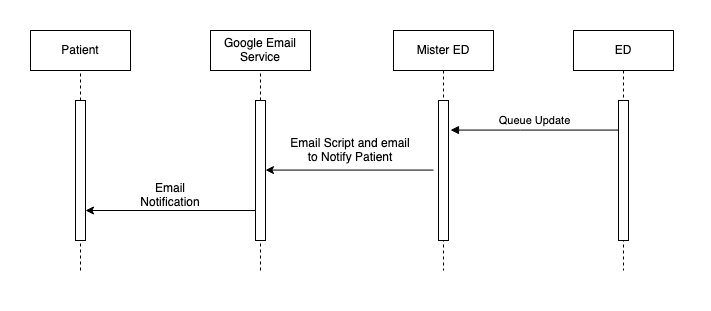
The draw.io diagram Assets/PatientNotificationSequenceDiagram.drawio.png in uvic-teach/project-m1-team9, before a commit. Source tidied: cells renumbered, new cells last; positions are measured from the earlier drawing's top-left corner, leaving out a move shared by most shapes.
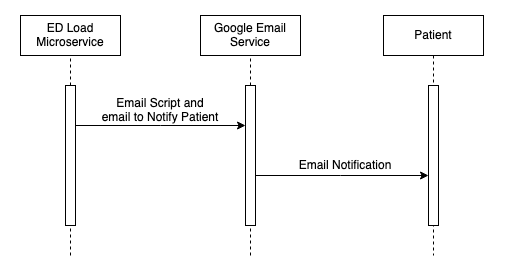
The same diagram one commit later.

Diff of the diagram source:
```diff
@@ -3,29 +3,14 @@
     <mxCell id="0" />
     <mxCell id="1" parent="0" />
     <mxCell id="2" style="rounded=0;whiteSpace=wrap;html=1;strokeColor=none;" parent="1" vertex="1">
-      <mxGeometry width="710" height="310" as="geometry" />
+      <mxGeometry x="10" y="15" width="520" height="275" as="geometry" />
     </mxCell>
-    <mxCell id="3" value="Mister ED" style="shape=umlLifeline;perimeter=lifelinePerimeter;whiteSpace=wrap;html=1;newEdgeStyle={&quot;edgeStyle&quot;:&quot;elbowEdgeStyle&quot;,&quot;elbow&quot;:&quot;vertical&quot;,&quot;curved&quot;:0,&quot;rounded&quot;:0};" parent="1" vertex="1">
+    <mxCell id="3" value="Patient" style="shape=umlLifeline;perimeter=lifelinePerimeter;whiteSpace=wrap;html=1;newEdgeStyle={&quot;edgeStyle&quot;:&quot;elbowEdgeStyle&quot;,&quot;elbow&quot;:&quot;vertical&quot;,&quot;curved&quot;:0,&quot;rounded&quot;:0};" parent="1" vertex="1">
       <mxGeometry x="393" y="30" width="100" height="240" as="geometry" />
     </mxCell>
     <mxCell id="4" style="html=1;points=[];perimeter=orthogonalPerimeter;outlineConnect=0;targetShapes=umlLifeline;portConstraint=eastwest;newEdgeStyle={&quot;edgeStyle&quot;:&quot;elbowEdgeStyle&quot;,&quot;elbow&quot;:&quot;vertical&quot;,&quot;curved&quot;:0,&quot;rounded&quot;:0};" parent="3" vertex="1">
       <mxGeometry x="45" y="70" width="10" height="140" as="geometry" />
     </mxCell>
-    <mxCell id="5" value="ED" style="shape=umlLifeline;perimeter=lifelinePerimeter;whiteSpace=wrap;html=1;newEdgeStyle={&quot;edgeStyle&quot;:&quot;elbowEdgeStyle&quot;,&quot;elbow&quot;:&quot;vertical&quot;,&quot;curved&quot;:0,&quot;rounded&quot;:0};" parent="1" vertex="1">
-      <mxGeometry x="573" y="30" width="100" height="240" as="geometry" />
-    </mxCell>
-    <mxCell id="6" style="html=1;perimeter=orthogonalPerimeter;targetShapes=umlLifeline;newEdgeStyle={&quot;edgeStyle&quot;:&quot;elbowEdgeStyle&quot;,&quot;elbow&quot;:&quot;vertical&quot;,&quot;curved&quot;:0,&quot;rounded&quot;:0};" parent="5" vertex="1">
-      <mxGeometry x="45" y="70" width="10" height="140" as="geometry" />
-    </mxCell>
-    <mxCell id="7" value="Queue Update " style="html=1;verticalAlign=bottom;endArrow=block;edgeStyle=elbowEdgeStyle;elbow=vertical;curved=0;rounded=0;" parent="1" edge="1">
-      <mxGeometry relative="1" as="geometry">
-        <mxPoint x="618" y="129.6" as="sourcePoint" />
-        <mxPoint x="450" y="129.6" as="targetPoint" />
-        <Array as="points">
-          <mxPoint x="520" y="129.6" />
-        </Array>
-      </mxGeometry>
-    </mxCell>
     <mxCell id="8" value="Google Email Service" style="rounded=0;whiteSpace=wrap;html=1;" parent="1" vertex="1">
       <mxGeometry x="210" y="30" width="100" height="40" as="geometry" />
     </mxCell>
@@ -40,16 +25,10 @@
     <mxCell id="11" style="html=1;points=[];perimeter=orthogonalPerimeter;outlineConnect=0;targetShapes=umlLifeline;portConstraint=eastwest;newEdgeStyle={&quot;edgeStyle&quot;:&quot;elbowEdgeStyle&quot;,&quot;elbow&quot;:&quot;vertical&quot;,&quot;curved&quot;:0,&quot;rounded&quot;:0};" parent="1" vertex="1">
       <mxGeometry x="255" y="100" width="10" height="140" as="geometry" />
     </mxCell>
-    <mxCell id="12" style="endArrow=classic;html=1;rounded=0;" parent="1" edge="1">
-      <mxGeometry relative="1" as="geometry">
-        <mxPoint x="433" y="169.6" as="sourcePoint" />
-        <mxPoint x="265" y="169.6" as="targetPoint" />
-      </mxGeometry>
-    </mxCell>
-    <mxCell id="13" value="Email Script and email to Notify Patient" style="text;html=1;strokeColor=none;fillColor=none;align=center;verticalAlign=middle;whiteSpace=wrap;rounded=0;" parent="1" vertex="1">
-      <mxGeometry x="285" y="129.6" width="130" height="40" as="geometry" />
+    <mxCell id="13" value="Email Notification" style="text;html=1;strokeColor=none;fillColor=none;align=center;verticalAlign=middle;whiteSpace=wrap;rounded=0;" parent="1" vertex="1">
+      <mxGeometry x="290" y="160" width="130" height="40" as="geometry" />
     </mxCell>
-    <mxCell id="14" value="Patient" style="rounded=0;whiteSpace=wrap;html=1;" parent="1" vertex="1">
+    <mxCell id="14" value="ED Load Microservice" style="rounded=0;whiteSpace=wrap;html=1;" parent="1" vertex="1">
       <mxGeometry x="30" y="30" width="100" height="40" as="geometry" />
     </mxCell>
     <mxCell id="15" style="endArrow=none;dashed=1;html=1;rounded=0;entryX=0.5;entryY=1;entryDx=0;entryDy=0;" parent="1" edge="1" source="17" target="14">
@@ -63,14 +42,22 @@
     <mxCell id="17" style="html=1;points=[];perimeter=orthogonalPerimeter;outlineConnect=0;targetShapes=umlLifeline;portConstraint=eastwest;newEdgeStyle={&quot;edgeStyle&quot;:&quot;elbowEdgeStyle&quot;,&quot;elbow&quot;:&quot;vertical&quot;,&quot;curved&quot;:0,&quot;rounded&quot;:0};" parent="1" vertex="1">
       <mxGeometry x="75" y="100" width="10" height="140" as="geometry" />
     </mxCell>
-    <mxCell id="18" style="endArrow=classic;html=1;rounded=0;" parent="1" edge="1">
-      <mxGeometry relative="1" as="geometry">
-        <mxPoint x="255" y="210" as="sourcePoint" />
-        <mxPoint x="85" y="210" as="targetPoint" />
-      </mxGeometry>
-    </mxCell>
-    <mxCell id="19" value="Email Notification" style="text;html=1;strokeColor=none;fillColor=none;align=center;verticalAlign=middle;whiteSpace=wrap;rounded=0;" parent="1" vertex="1">
-      <mxGeometry x="130" y="180" width="80" height="30" as="geometry" />
+    <mxCell id="19" value="Email Script and email to Notify Patient" style="text;html=1;strokeColor=none;fillColor=none;align=center;verticalAlign=middle;whiteSpace=wrap;rounded=0;" parent="1" vertex="1">
+      <mxGeometry x="110" y="110" width="120" height="30" as="geometry" />
     </mxCell>
+    <mxCell id="20" style="endArrow=classic;html=1;rounded=0;" parent="1" edge="1" source="17" target="11">
+      <mxGeometry relative="1" as="geometry">
+        <Array as="points">
+          <mxPoint x="170" y="140" />
+        </Array>
+      </mxGeometry>
+    </mxCell>
+    <mxCell id="21" style="endArrow=classic;html=1;rounded=0;" parent="1" edge="1" source="11" target="4">
+      <mxGeometry relative="1" as="geometry">
+        <Array as="points">
+          <mxPoint x="350" y="190" />
+        </Array>
+      </mxGeometry>
+    </mxCell>
   </root>
 </mxGraphModel>
```
